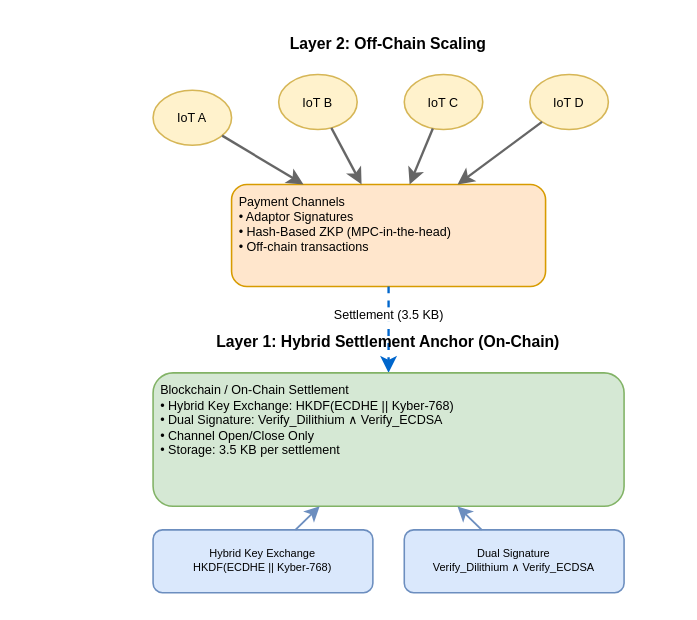
Before: test.drawio in sksayed/kics_winter_2026, a draw.io diagram. Source tidied: cells renumbered, new cells numbered last; positions are measured from the earlier drawing's top-left corner, leaving out a move shared by most shapes. Both pictures are drawn from the tidied source at 157%, with x=0, y=0 at pixel (105, 27).
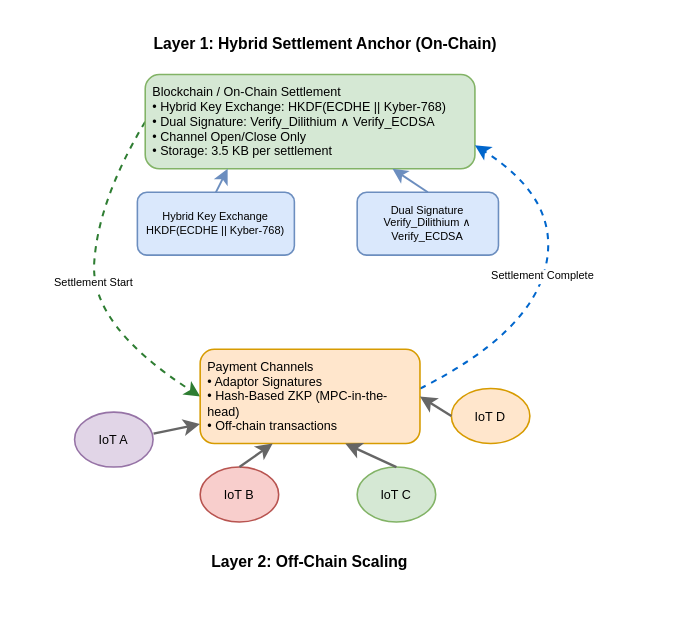
After the change.

Change to the diagram source:
```diff
@@
-<mxGraphModel>
+<mxGraphModel background="#ffffff">
@@
+    <mxCell id="14" value="Layer 1: Hybrid Settlement Anchor (On-Chain)" style="text;html=1;strokeColor=none;fillColor=none;align=center;verticalAlign=middle;whiteSpace=wrap;rounded=0;fontSize=10;fontStyle=1;" parent="1" vertex="1">
+      <mxGeometry x="-40" width="360" height="20" as="geometry" />
+    </mxCell>
+    <mxCell id="20" value="Settlement Start" style="endArrow=classic;html=1;strokeWidth=1.3;strokeColor=#2E7D32;dashed=1;fontSize=7;align=center;verticalAlign=middle;curved=1;exitX=0;exitY=0.5;exitDx=0;exitDy=0;entryX=0;entryY=0.5;entryDx=0;entryDy=0;" parent="1" edge="1" source="15" target="7">
+      <mxGeometry relative="1" as="geometry">
+        <Array as="points">
+          <mxPoint x="-5" y="110" />
+          <mxPoint x="-10" y="190" />
+        </Array>
+      </mxGeometry>
+    </mxCell>
+    <mxCell id="15" value="Blockchain / On-Chain Settlement&#10;• Hybrid Key Exchange: HKDF(ECDHE || Kyber-768)&#10;• Dual Signature: Verify_Dilithium ∧ Verify_ECDSA&#10;• Channel Open/Close Only&#10;• Storage: 3.5 KB per settlement" style="rounded=1;whiteSpace=wrap;html=1;fillColor=#d5e8d4;strokeColor=#82b366;fontSize=8;align=left;verticalAlign=top;spacingLeft=3;" parent="1" vertex="1">
+      <mxGeometry x="25" y="30" width="210" height="60" as="geometry" />
+    </mxCell>
+    <mxCell id="12" value="Settlement Complete" style="endArrow=classic;html=1;strokeWidth=1.3;strokeColor=#0066CC;dashed=1;fontSize=7;align=center;verticalAlign=middle;curved=1;entryX=1;entryY=0.75;entryDx=0;entryDy=0;exitX=1;exitY=0.417;exitDx=0;exitDy=0;exitPerimeter=0;" parent="1" edge="1" source="7" target="15">
+      <mxGeometry relative="1" as="geometry">
+        <Array as="points">
+          <mxPoint x="270" y="195" />
+          <mxPoint x="290" y="110" />
+        </Array>
+      </mxGeometry>
+    </mxCell>
+    <mxCell id="16" value="Hybrid Key Exchange&#10;HKDF(ECDHE || Kyber-768)" style="rounded=1;whiteSpace=wrap;html=1;fillColor=#dae8fc;strokeColor=#6c8ebf;fontSize=7;" parent="1" vertex="1">
+      <mxGeometry x="20" y="105" width="100" height="40" as="geometry" />
+    </mxCell>
+    <mxCell id="17" value="Dual Signature&#10;Verify_Dilithium ∧ Verify_ECDSA" style="rounded=1;whiteSpace=wrap;html=1;fillColor=#dae8fc;strokeColor=#6c8ebf;fontSize=7;" parent="1" vertex="1">
+      <mxGeometry x="160" y="105" width="90" height="40" as="geometry" />
+    </mxCell>
     <mxCell id="2" value="Layer 2: Off-Chain Scaling" style="text;html=1;strokeColor=none;fillColor=none;align=center;verticalAlign=middle;whiteSpace=wrap;rounded=0;fontSize=10;fontStyle=1;" parent="1" vertex="1">
-      <mxGeometry width="360" height="20" as="geometry" />
+      <mxGeometry x="-50" y="330" width="360" height="20" as="geometry" />
     </mxCell>
-    <mxCell id="3" value="IoT A" style="ellipse;whiteSpace=wrap;html=1;fillColor=#fff2cc;strokeColor=#d6b656;fontSize=8;" parent="1" vertex="1">
-      <mxGeometry x="30" y="40" width="50" height="35" as="geometry" />
+    <mxCell id="3" value="IoT A" style="ellipse;whiteSpace=wrap;html=1;fillColor=#e1d5e7;strokeColor=#9673a6;fontSize=8;" parent="1" vertex="1">
+      <mxGeometry x="-20" y="245" width="50" height="35" as="geometry" />
     </mxCell>
-    <mxCell id="4" value="IoT B" style="ellipse;whiteSpace=wrap;html=1;fillColor=#fff2cc;strokeColor=#d6b656;fontSize=8;" parent="1" vertex="1">
-      <mxGeometry x="110" y="30" width="50" height="35" as="geometry" />
+    <mxCell id="4" value="IoT B" style="ellipse;whiteSpace=wrap;html=1;fillColor=#f8cecc;strokeColor=#b85450;fontSize=8;" parent="1" vertex="1">
+      <mxGeometry x="60" y="280" width="50" height="35" as="geometry" />
     </mxCell>
-    <mxCell id="5" value="IoT C" style="ellipse;whiteSpace=wrap;html=1;fillColor=#fff2cc;strokeColor=#d6b656;fontSize=8;" parent="1" vertex="1">
-      <mxGeometry x="190" y="30" width="50" height="35" as="geometry" />
+    <mxCell id="5" value="IoT C" style="ellipse;whiteSpace=wrap;html=1;fillColor=#d5e8d4;strokeColor=#82b366;fontSize=8;" parent="1" vertex="1">
+      <mxGeometry x="160" y="280" width="50" height="35" as="geometry" />
     </mxCell>
-    <mxCell id="6" value="IoT D" style="ellipse;whiteSpace=wrap;html=1;fillColor=#fff2cc;strokeColor=#d6b656;fontSize=8;" parent="1" vertex="1">
-      <mxGeometry x="270" y="30" width="50" height="35" as="geometry" />
+    <mxCell id="6" value="IoT D" style="ellipse;whiteSpace=wrap;html=1;fillColor=#ffe6cc;strokeColor=#d79b00;fontSize=8;" parent="1" vertex="1">
+      <mxGeometry x="220" y="230" width="50" height="35" as="geometry" />
     </mxCell>
     <mxCell id="7" value="Payment Channels&#10;• Adaptor Signatures&#10;• Hash-Based ZKP (MPC-in-the-head)&#10;• Off-chain transactions" style="rounded=1;whiteSpace=wrap;html=1;fillColor=#ffe6cc;strokeColor=#d79b00;fontSize=8;align=left;verticalAlign=top;spacingLeft=3;" parent="1" vertex="1">
-      <mxGeometry x="80" y="100" width="200" height="65" as="geometry" />
+      <mxGeometry x="60" y="205" width="140" height="60" as="geometry" />
     </mxCell>
-    <mxCell id="8" style="endArrow=classic;html=1;strokeWidth=1.5;strokeColor=#666666;" parent="1" edge="1" source="3" target="7">
+    <mxCell id="8" style="endArrow=classic;html=1;strokeWidth=1.5;strokeColor=#666666;entryX=-0.001;entryY=0.794;entryDx=0;entryDy=0;exitX=1.006;exitY=0.392;exitDx=0;exitDy=0;exitPerimeter=0;entryPerimeter=0;" parent="1" edge="1" source="3" target="7">
       <mxGeometry relative="1" as="geometry" />
     </mxCell>
-    <mxCell id="9" style="endArrow=classic;html=1;strokeWidth=1.5;strokeColor=#666666;" parent="1" edge="1" source="4" target="7">
+    <mxCell id="9" style="endArrow=classic;html=1;strokeWidth=1.5;strokeColor=#666666;exitX=0.5;exitY=0;exitDx=0;exitDy=0;entryX=0.33;entryY=1;entryDx=0;entryDy=0;" parent="1" edge="1" source="4" target="7">
       <mxGeometry relative="1" as="geometry" />
     </mxCell>
-    <mxCell id="10" style="endArrow=classic;html=1;strokeWidth=1.5;strokeColor=#666666;" parent="1" edge="1" source="5" target="7">
+    <mxCell id="10" style="endArrow=classic;html=1;strokeWidth=1.5;strokeColor=#666666;exitX=0.5;exitY=0;exitDx=0;exitDy=0;entryX=0.66;entryY=1;entryDx=0;entryDy=0;" parent="1" edge="1" source="5" target="7">
       <mxGeometry relative="1" as="geometry" />
     </mxCell>
-    <mxCell id="11" style="endArrow=classic;html=1;strokeWidth=1.5;strokeColor=#666666;" parent="1" edge="1" source="6" target="7">
+    <mxCell id="11" style="endArrow=classic;html=1;strokeWidth=1.5;strokeColor=#666666;exitX=0;exitY=0.5;exitDx=0;exitDy=0;entryX=1;entryY=0.5;entryDx=0;entryDy=0;" parent="1" edge="1" source="6" target="7">
       <mxGeometry relative="1" as="geometry" />
     </mxCell>
-    <mxCell id="12" value="Settlement (3.5 KB)" style="endArrow=classic;html=1;strokeWidth=1.5;strokeColor=#0066CC;dashed=1;fontSize=8;align=center;" parent="1" edge="1" source="7" target="15">
-      <mxGeometry relative="1" as="geometry">
-        <Array as="points">
-          <mxPoint x="180" y="170" />
-          <mxPoint x="180" y="180" />
-        </Array>
-        <mxPoint y="-10" as="offset" />
-      </mxGeometry>
-    </mxCell>
-    <mxCell id="13" style="edgeStyle=none;html=1;exitX=0.5;exitY=0;exitDx=0;exitDy=0;" parent="1" edge="1" source="14">
-      <mxGeometry relative="1" as="geometry">
-        <mxPoint x="180" y="190" as="targetPoint" />
-      </mxGeometry>
-    </mxCell>
-    <mxCell id="14" value="Layer 1: Hybrid Settlement Anchor (On-Chain)" style="text;html=1;strokeColor=none;fillColor=none;align=center;verticalAlign=middle;whiteSpace=wrap;rounded=0;fontSize=10;fontStyle=1;" parent="1" vertex="1">
-      <mxGeometry y="190" width="360" height="20" as="geometry" />
-    </mxCell>
-    <mxCell id="15" value="Blockchain / On-Chain Settlement&#10;• Hybrid Key Exchange: HKDF(ECDHE || Kyber-768)&#10;• Dual Signature: Verify_Dilithium ∧ Verify_ECDSA&#10;• Channel Open/Close Only&#10;• Storage: 3.5 KB per settlement" style="rounded=1;whiteSpace=wrap;html=1;fillColor=#d5e8d4;strokeColor=#82b366;fontSize=8;align=left;verticalAlign=top;spacingLeft=3;" parent="1" vertex="1">
-      <mxGeometry x="30" y="220" width="300" height="85" as="geometry" />
-    </mxCell>
-    <mxCell id="16" value="Hybrid Key Exchange&#10;HKDF(ECDHE || Kyber-768)" style="rounded=1;whiteSpace=wrap;html=1;fillColor=#dae8fc;strokeColor=#6c8ebf;fontSize=7;" parent="1" vertex="1">
-      <mxGeometry x="30" y="320" width="140" height="40" as="geometry" />
-    </mxCell>
-    <mxCell id="17" value="Dual Signature&#10;Verify_Dilithium ∧ Verify_ECDSA" style="rounded=1;whiteSpace=wrap;html=1;fillColor=#dae8fc;strokeColor=#6c8ebf;fontSize=7;" parent="1" vertex="1">
-      <mxGeometry x="190" y="320" width="140" height="40" as="geometry" />
-    </mxCell>
-    <mxCell id="18" style="endArrow=classic;html=1;strokeWidth=1.2;strokeColor=#6c8ebf;" parent="1" edge="1" source="16" target="15">
+    <mxCell id="18" style="endArrow=classic;html=1;strokeWidth=1.2;strokeColor=#6c8ebf;exitX=0.5;exitY=0;exitDx=0;exitDy=0;entryX=0.25;entryY=1;entryDx=0;entryDy=0;" parent="1" edge="1" source="16" target="15">
       <mxGeometry relative="1" as="geometry" />
     </mxCell>
-    <mxCell id="19" style="endArrow=classic;html=1;strokeWidth=1.2;strokeColor=#6c8ebf;" parent="1" edge="1" source="17" target="15">
+    <mxCell id="19" style="endArrow=classic;html=1;strokeWidth=1.2;strokeColor=#6c8ebf;exitX=0.5;exitY=0;exitDx=0;exitDy=0;entryX=0.75;entryY=1;entryDx=0;entryDy=0;" parent="1" edge="1" source="17" target="15">
       <mxGeometry relative="1" as="geometry" />
     </mxCell>
```
